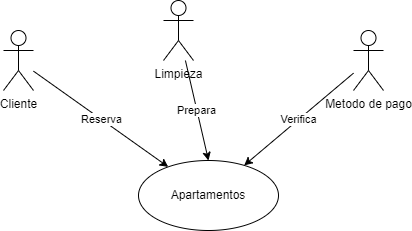
Above: Diagramas/diagrama.png in Yugurto7/Logirail-Project (draw.io), before the change. Source tidied: cells renumbered, new cells last; positions are measured from the earlier drawing's top-left corner, leaving out a move shared by most shapes.
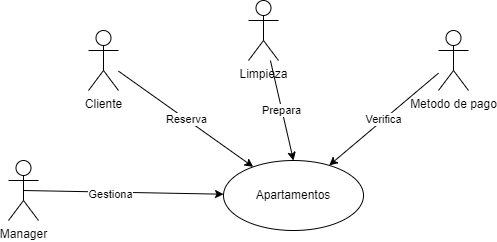
Above is the later version.

Commit message:
xml i pdf

What changed in the source:
```diff
@@ -23,5 +23,14 @@
     <mxCell id="8" value="Metodo de pago&lt;br&gt;" style="shape=umlActor;verticalLabelPosition=bottom;verticalAlign=top;html=1;" parent="1" vertex="1">
       <mxGeometry x="350" y="30" width="30" height="60" as="geometry" />
     </mxCell>
+    <mxCell id="9" style="edgeStyle=none;html=1;exitX=0.5;exitY=0.5;exitDx=0;exitDy=0;exitPerimeter=0;" parent="1" edge="1" source="11" target="2">
+      <mxGeometry relative="1" as="geometry" />
+    </mxCell>
+    <mxCell id="10" value="Gestiona" style="edgeLabel;html=1;align=center;verticalAlign=middle;" parent="9" vertex="1">
+      <mxGeometry x="-0.13" y="-2" relative="1" as="geometry" />
+    </mxCell>
+    <mxCell id="11" value="Manager" style="shape=umlActor;verticalLabelPosition=bottom;verticalAlign=top;html=1;" parent="1" vertex="1">
+      <mxGeometry x="-80" y="160" width="30" height="60" as="geometry" />
+    </mxCell>
   </root>
 </mxGraphModel>
```
